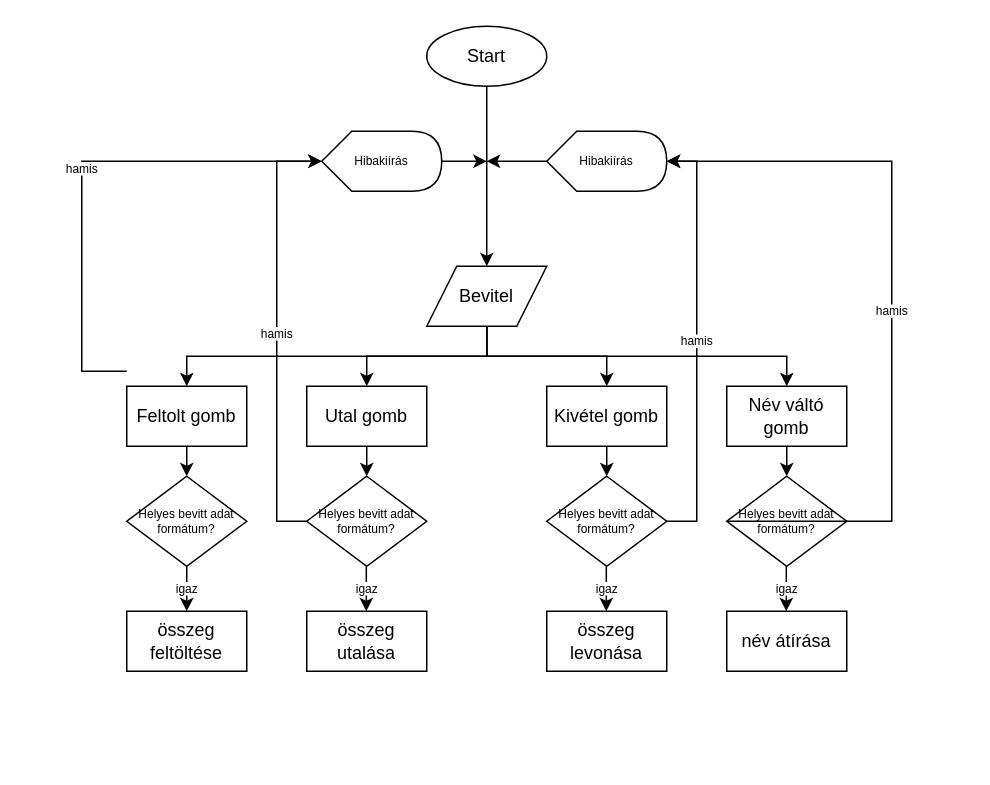
Above: Untitled Diagram.drawio in PentaGyilok/VamosiMarcellBankBeadando (draw.io), before the change. Source tidied: cells renumbered, new cells numbered last; positions are measured from the earlier drawing's top-left corner, leaving out a move shared by most shapes. Both pictures are drawn from the tidied source at 150%, with x=0, y=0 at pixel (81, 26).
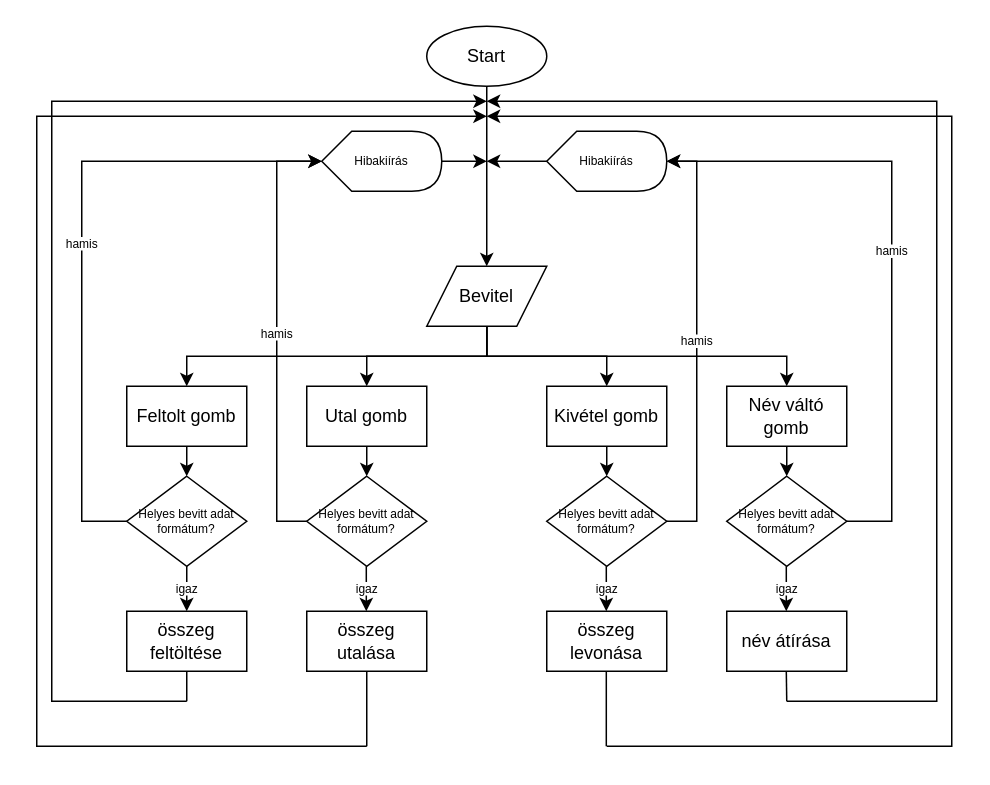
After the change.

Unchanged cells that the change refers to:
```xml
<mxCell id="2" value="Helyes bevitt adat formátum?" style="rhombus;whiteSpace=wrap;html=1;fontSize=8;" parent="1" vertex="1">
  <mxGeometry x="30" y="300" width="80" height="60" as="geometry" />
</mxCell>
<mxCell id="16" value="Helyes bevitt adat formátum?" style="rhombus;whiteSpace=wrap;html=1;fontSize=8;" parent="1" vertex="1">
  <mxGeometry x="430" y="300" width="80" height="60" as="geometry" />
</mxCell>
<mxCell id="29" value="összeg feltöltése" style="rounded=0;whiteSpace=wrap;html=1;" parent="1" vertex="1">
  <mxGeometry x="30" y="390" width="80" height="40" as="geometry" />
</mxCell>
<mxCell id="30" value="összeg utalása" style="rounded=0;whiteSpace=wrap;html=1;" parent="1" vertex="1">
  <mxGeometry x="150" y="390" width="80" height="40" as="geometry" />
</mxCell>
```

What changed in the source:
```diff
@@
-    <mxCell id="21" value="hamis" style="edgeStyle=elbowEdgeStyle;elbow=horizontal;endArrow=classic;html=1;rounded=0;fontSize=8;" parent="1" edge="1">
+    <mxCell id="21" value="hamis" style="edgeStyle=elbowEdgeStyle;elbow=horizontal;endArrow=classic;html=1;rounded=0;fontSize=8;exitX=0;exitY=0.5;exitDx=0;exitDy=0;" parent="1" edge="1" source="2">
       <mxGeometry relative="1" as="geometry">
-        <mxPoint x="30" y="230" as="sourcePoint" />
         <mxPoint x="160" y="90" as="targetPoint" />
         <Array as="points">
           <mxPoint y="160" />
         </Array>
       </mxGeometry>
     </mxCell>
@@
-    <mxCell id="24" value="hamis" style="edgeStyle=elbowEdgeStyle;elbow=horizontal;endArrow=classic;html=1;rounded=0;fontSize=8;exitX=0;exitY=0.5;exitDx=0;exitDy=0;" parent="1" edge="1" source="16">
+    <mxCell id="24" value="hamis" style="edgeStyle=elbowEdgeStyle;elbow=horizontal;endArrow=classic;html=1;rounded=0;fontSize=8;" parent="1" edge="1">
       <mxGeometry relative="1" as="geometry">
+        <mxPoint x="510" y="330" as="sourcePoint" />
         <mxPoint x="390" y="90" as="targetPoint" />
         <Array as="points">
           <mxPoint x="540" y="210" />
         </Array>
       </mxGeometry>
     </mxCell>
@@
+    <mxCell id="37" style="endArrow=none;html=1;rounded=0;edgeStyle=orthogonalEdgeStyle;fontSize=8;exitX=0.5;exitY=1;exitDx=0;exitDy=0;" parent="1" edge="1" source="29">
+      <mxGeometry relative="1" as="geometry">
+        <mxPoint x="70" y="450" as="targetPoint" />
+      </mxGeometry>
+    </mxCell>
+    <mxCell id="38" style="endArrow=none;html=1;rounded=0;edgeStyle=orthogonalEdgeStyle;fontSize=8;exitX=0.5;exitY=1;exitDx=0;exitDy=0;" parent="1" edge="1" source="30">
+      <mxGeometry relative="1" as="geometry">
+        <mxPoint x="190" y="480" as="targetPoint" />
+      </mxGeometry>
+    </mxCell>
+    <mxCell id="39" style="endArrow=none;html=1;rounded=0;edgeStyle=orthogonalEdgeStyle;fontSize=8;exitX=0.5;exitY=1;exitDx=0;exitDy=0;" parent="1" edge="1">
+      <mxGeometry relative="1" as="geometry">
+        <mxPoint x="349.7" y="430" as="sourcePoint" />
+        <mxPoint x="349.7" y="480" as="targetPoint" />
+      </mxGeometry>
+    </mxCell>
+    <mxCell id="40" style="endArrow=none;html=1;rounded=0;edgeStyle=orthogonalEdgeStyle;fontSize=8;exitX=0.5;exitY=1;exitDx=0;exitDy=0;" parent="1" edge="1">
+      <mxGeometry relative="1" as="geometry">
+        <mxPoint x="469.7" y="430" as="sourcePoint" />
+        <mxPoint x="470" y="450" as="targetPoint" />
+        <Array as="points">
+          <mxPoint x="470" y="430" />
+          <mxPoint x="470" y="430" />
+        </Array>
+      </mxGeometry>
+    </mxCell>
+    <mxCell id="41" style="edgeStyle=elbowEdgeStyle;elbow=horizontal;endArrow=classic;html=1;rounded=0;fontSize=8;" parent="1" edge="1">
+      <mxGeometry relative="1" as="geometry">
+        <mxPoint x="70" y="450" as="sourcePoint" />
+        <mxPoint x="270" y="50" as="targetPoint" />
+        <Array as="points">
+          <mxPoint x="-20" y="270" />
+        </Array>
+      </mxGeometry>
+    </mxCell>
+    <mxCell id="42" style="edgeStyle=elbowEdgeStyle;elbow=horizontal;endArrow=classic;html=1;rounded=0;fontSize=8;" parent="1" edge="1">
+      <mxGeometry relative="1" as="geometry">
+        <mxPoint x="190" y="480" as="sourcePoint" />
+        <mxPoint x="270" y="60" as="targetPoint" />
+        <Array as="points">
+          <mxPoint x="-30" y="290" />
+        </Array>
+      </mxGeometry>
+    </mxCell>
+    <mxCell id="43" style="edgeStyle=elbowEdgeStyle;elbow=horizontal;endArrow=classic;html=1;rounded=0;fontSize=8;" parent="1" edge="1">
+      <mxGeometry relative="1" as="geometry">
+        <mxPoint x="350" y="480" as="sourcePoint" />
+        <mxPoint x="270" y="60" as="targetPoint" />
+        <Array as="points">
+          <mxPoint x="580" y="260" />
+        </Array>
+      </mxGeometry>
+    </mxCell>
+    <mxCell id="44" style="edgeStyle=elbowEdgeStyle;elbow=horizontal;endArrow=classic;html=1;rounded=0;fontSize=8;" parent="1" edge="1">
+      <mxGeometry relative="1" as="geometry">
+        <mxPoint x="470" y="450" as="sourcePoint" />
+        <mxPoint x="270" y="50" as="targetPoint" />
+        <Array as="points">
+          <mxPoint x="570" y="280" />
+        </Array>
+      </mxGeometry>
+    </mxCell>
```
